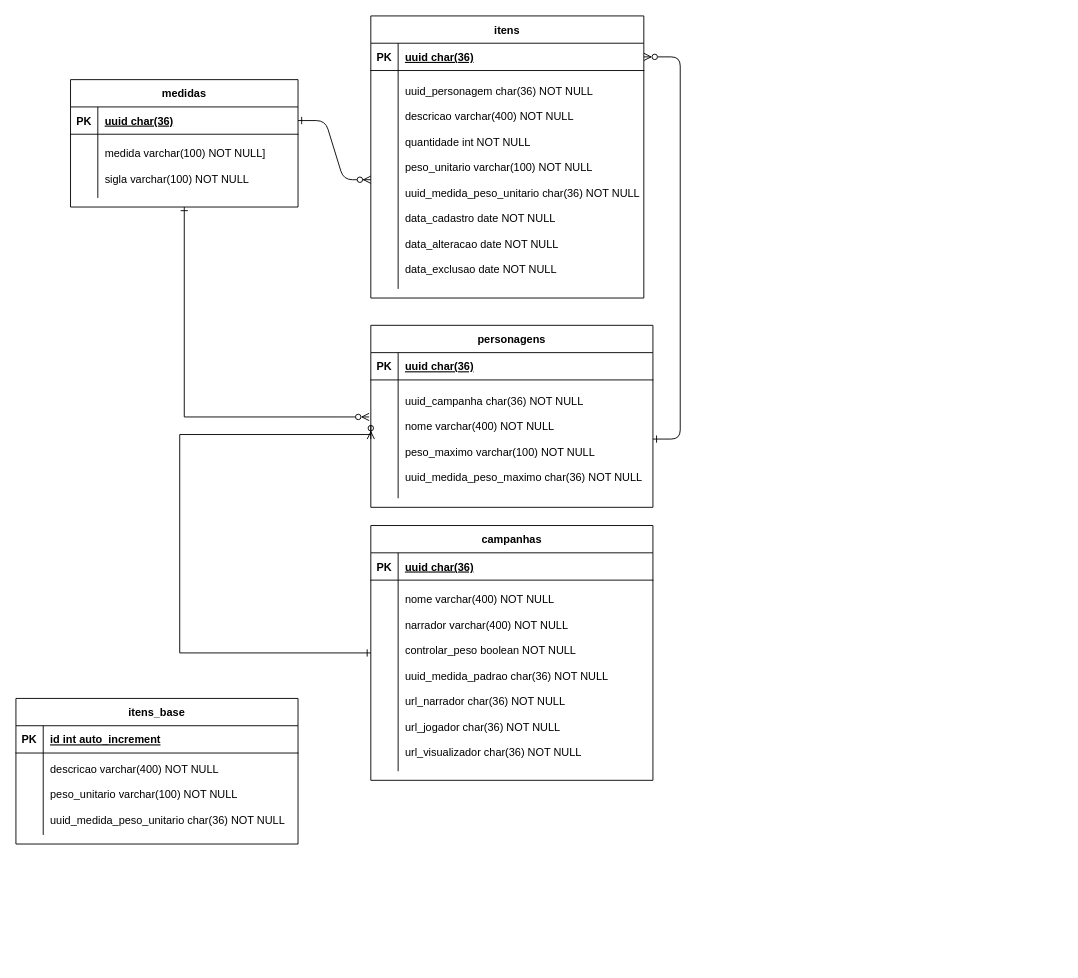
Before: dados/der.drawio in lgapontes/adnd, a draw.io diagram. Source tidied: cells renumbered, new cells numbered last; positions are measured from the earlier drawing's top-left corner, leaving out a move shared by most shapes. Both pictures are drawn from the tidied source at 91%, with x=0, y=0 at pixel (15, 15).
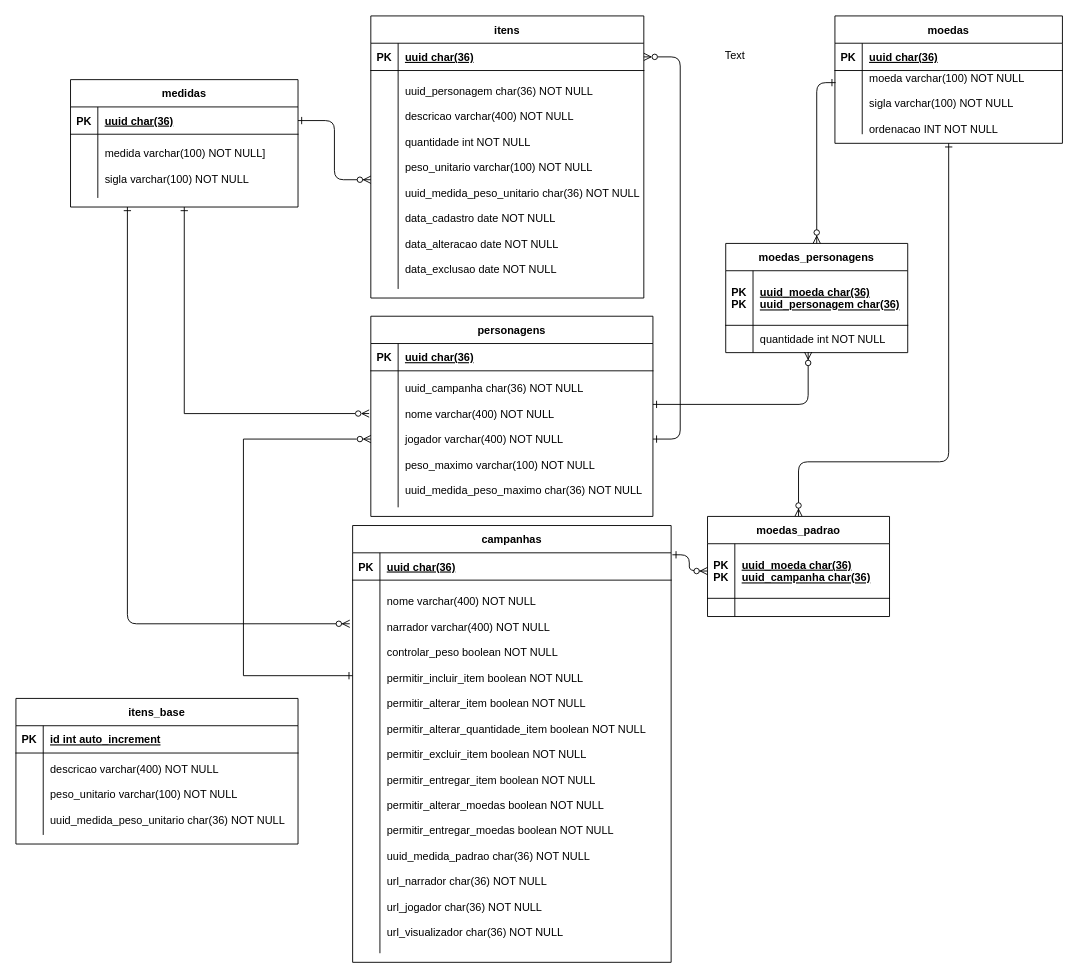
After the change.

Commit message (it also covers changes not shown here):
criando tela campanha

The change refers to these unchanged cells:
```xml
<mxCell id="8" style="shape=partialRectangle;fillColor=none;points=[[0,0.5],[1,0.5]];portConstraint=eastwest;top=0;left=0;right=0;bottom=0;" parent="4" vertex="1">
  <mxGeometry y="60" width="300" height="240" as="geometry" />
</mxCell>
<mxCell id="18" value="medidas" style="shape=table;startSize=30;childLayout=tableLayout;rowLines=0;fontStyle=1;align=center;" parent="1" vertex="1">
  <mxGeometry x="60" y="70" width="250" height="140" as="geometry" />
</mxCell>
<mxCell id="19" style="shape=partialRectangle;fillColor=none;points=[[0,0.5],[1,0.5]];portConstraint=eastwest;top=0;left=0;right=0;bottom=1;" parent="18" vertex="1">
  <mxGeometry y="30" width="250" height="30" as="geometry" />
</mxCell>
```

Change to the diagram source:
```diff
@@
-    <mxCell id="2" style="edgeStyle=entityRelationEdgeStyle;endArrow=ERzeroToMany;startArrow=ERone;endFill=1;startFill=0;" parent="1" edge="1" source="19" target="8">
+    <mxCell id="2" style="edgeStyle=orthogonalEdgeStyle;endArrow=ERzeroToMany;startArrow=ERone;endFill=1;startFill=0;" parent="1" edge="1" source="19" target="8">
       <mxGeometry relative="1" as="geometry" />
     </mxCell>
@@
     <mxCell id="11" value="personagens" style="shape=table;startSize=30;childLayout=tableLayout;rowLines=0;fontStyle=1;align=center;" parent="1" vertex="1">
-      <mxGeometry x="390" y="340" width="310" height="200" as="geometry" />
+      <mxGeometry x="390" y="330" width="310" height="220" as="geometry" />
     </mxCell>
@@
     <mxCell id="15" style="shape=partialRectangle;fillColor=none;points=[[0,0.5],[1,0.5]];portConstraint=eastwest;top=0;left=0;right=0;bottom=0;" parent="11" vertex="1">
-      <mxGeometry y="60" width="310" height="130" as="geometry" />
+      <mxGeometry y="60" width="310" height="150" as="geometry" />
     </mxCell>
     <mxCell id="16" style="shape=partialRectangle;overflow=hidden;fillColor=none;top=0;left=0;bottom=0;right=0;" parent="15" vertex="1">
-      <mxGeometry width="30" height="130" as="geometry" />
+      <mxGeometry width="30" height="150" as="geometry" />
     </mxCell>
-    <mxCell id="17" value="uuid_campanha char(36) NOT NULL&#10;&#10;nome varchar(400) NOT NULL&#10;&#10;peso_maximo varchar(100) NOT NULL&#10;&#10;uuid_medida_peso_maximo char(36) NOT NULL" style="shape=partialRectangle;overflow=hidden;fillColor=none;top=0;left=0;bottom=0;right=0;align=left;spacingLeft=6;" parent="15" vertex="1">
-      <mxGeometry x="30" width="280" height="130" as="geometry" />
+    <mxCell id="17" value="uuid_campanha char(36) NOT NULL&#10;&#10;nome varchar(400) NOT NULL&#10;&#10;jogador varchar(400) NOT NULL&#10;&#10;peso_maximo varchar(100) NOT NULL&#10;&#10;uuid_medida_peso_maximo char(36) NOT NULL" style="shape=partialRectangle;overflow=hidden;fillColor=none;top=0;left=0;bottom=0;right=0;align=left;spacingLeft=6;" parent="15" vertex="1">
+      <mxGeometry x="30" width="280" height="150" as="geometry" />
     </mxCell>
@@
     <mxCell id="26" value="campanhas" style="shape=table;startSize=30;childLayout=tableLayout;rowLines=0;fontStyle=1;align=center;" parent="1" vertex="1">
-      <mxGeometry x="390" y="560" width="310" height="280" as="geometry" />
+      <mxGeometry x="370" y="560" width="350" height="480" as="geometry" />
     </mxCell>
     <mxCell id="27" style="shape=partialRectangle;fillColor=none;top=0;left=0;right=0;bottom=1;" parent="26" vertex="1">
-      <mxGeometry y="30" width="310" height="30" as="geometry" />
+      <mxGeometry y="30" width="350" height="30" as="geometry" />
     </mxCell>
@@
     <mxCell id="29" value="uuid char(36)" style="shape=partialRectangle;overflow=hidden;fillColor=none;top=0;left=0;bottom=0;right=0;align=left;spacingLeft=6;fontStyle=5;" parent="27" vertex="1">
-      <mxGeometry x="30" width="280" height="30" as="geometry" />
+      <mxGeometry x="30" width="320" height="30" as="geometry" />
     </mxCell>
     <mxCell id="30" style="shape=partialRectangle;fillColor=none;points=[[0,0.5],[1,0.5]];portConstraint=eastwest;top=0;left=0;right=0;bottom=0;" parent="26" vertex="1">
-      <mxGeometry y="60" width="310" height="210" as="geometry" />
+      <mxGeometry y="60" width="350" height="410" as="geometry" />
     </mxCell>
     <mxCell id="31" style="shape=partialRectangle;overflow=hidden;fillColor=none;top=0;left=0;bottom=0;right=0;" parent="30" vertex="1">
-      <mxGeometry width="30" height="210" as="geometry" />
+      <mxGeometry width="30" height="410" as="geometry" />
     </mxCell>
-    <mxCell id="32" value="nome varchar(400) NOT NULL&#10;&#10;narrador varchar(400) NOT NULL&#10;&#10;controlar_peso boolean NOT NULL&#10;&#10;uuid_medida_padrao char(36) NOT NULL&#10;&#10;url_narrador char(36) NOT NULL&#10;&#10;url_jogador char(36) NOT NULL&#10;&#10;url_visualizador char(36) NOT NULL" style="shape=partialRectangle;overflow=hidden;fillColor=none;top=0;left=0;bottom=0;right=0;align=left;spacingLeft=6;" parent="30" vertex="1">
-      <mxGeometry x="30" width="280" height="210" as="geometry" />
+    <mxCell id="32" value="nome varchar(400) NOT NULL&#10;&#10;narrador varchar(400) NOT NULL&#10;&#10;controlar_peso boolean NOT NULL&#10;&#10;permitir_incluir_item boolean NOT NULL&#10;&#10;permitir_alterar_item boolean NOT NULL&#10;&#10;permitir_alterar_quantidade_item boolean NOT NULL&#10;&#10;permitir_excluir_item boolean NOT NULL&#10;&#10;permitir_entregar_item boolean NOT NULL&#10;&#10;permitir_alterar_moedas boolean NOT NULL&#10;&#10;permitir_entregar_moedas boolean NOT NULL&#10;&#10;uuid_medida_padrao char(36) NOT NULL&#10;&#10;url_narrador char(36) NOT NULL&#10;&#10;url_jogador char(36) NOT NULL&#10;&#10;url_visualizador char(36) NOT NULL" style="shape=partialRectangle;overflow=hidden;fillColor=none;top=0;left=0;bottom=0;right=0;align=left;spacingLeft=6;" parent="30" vertex="1">
+      <mxGeometry x="30" width="320" height="410" as="geometry" />
     </mxCell>
     <mxCell id="33" style="edgeStyle=orthogonalEdgeStyle;rounded=0;jettySize=auto;html=1;entryX=0;entryY=0.5;entryDx=0;entryDy=0;endArrow=ERzeroToMany;endFill=0;startArrow=ERone;startFill=0;" parent="1" edge="1" source="30" target="15">
       <mxGeometry relative="1" as="geometry">
         <Array as="points">
-          <mxPoint x="180" y="700" />
-          <mxPoint x="180" y="460" />
+          <mxPoint x="250" y="725" />
+          <mxPoint x="250" y="465" />
         </Array>
       </mxGeometry>
     </mxCell>
@@
+    <mxCell id="41" value="moedas" style="shape=table;startSize=30;childLayout=tableLayout;rowLines=0;fontStyle=1;align=center;" parent="1" vertex="1">
+      <mxGeometry x="900" width="250" height="140" as="geometry" />
+    </mxCell>
+    <mxCell id="42" style="shape=partialRectangle;fillColor=none;top=0;left=0;right=0;bottom=1;" parent="41" vertex="1">
+      <mxGeometry y="30" width="250" height="30" as="geometry" />
+    </mxCell>
+    <mxCell id="43" value="PK" style="shape=partialRectangle;overflow=hidden;fillColor=none;top=0;left=0;bottom=0;right=0;fontStyle=1;" parent="42" vertex="1">
+      <mxGeometry width="30" height="30" as="geometry" />
+    </mxCell>
+    <mxCell id="44" value="uuid char(36)" style="shape=partialRectangle;overflow=hidden;fillColor=none;top=0;left=0;bottom=0;right=0;align=left;spacingLeft=6;fontStyle=5;" parent="42" vertex="1">
+      <mxGeometry x="30" width="220" height="30" as="geometry" />
+    </mxCell>
+    <mxCell id="45" style="shape=partialRectangle;fillColor=none;points=[[0,0.5],[1,0.5]];portConstraint=eastwest;top=0;left=0;right=0;bottom=0;" parent="41" vertex="1">
+      <mxGeometry y="60" width="250" height="70" as="geometry" />
+    </mxCell>
+    <mxCell id="46" style="shape=partialRectangle;overflow=hidden;fillColor=none;top=0;left=0;bottom=0;right=0;" parent="45" vertex="1">
+      <mxGeometry width="30" height="70" as="geometry" />
+    </mxCell>
+    <mxCell id="47" value="moeda varchar(100) NOT NULL&#10;&#10;sigla varchar(100) NOT NULL&#10;&#10;ordenacao INT NOT NULL" style="shape=partialRectangle;overflow=hidden;fillColor=none;top=0;left=0;bottom=0;right=0;align=left;spacingLeft=6;" parent="45" vertex="1">
+      <mxGeometry x="30" width="220" height="70" as="geometry" />
+    </mxCell>
+    <mxCell id="48" style="edgeStyle=orthogonalEdgeStyle;endArrow=ERzeroToMany;startArrow=ERone;endFill=1;startFill=0;exitX=0.25;exitY=1;exitDx=0;exitDy=0;entryX=-0.009;entryY=0.117;entryDx=0;entryDy=0;entryPerimeter=0;" parent="1" edge="1" source="18" target="30">
+      <mxGeometry relative="1" as="geometry" />
+    </mxCell>
+    <mxCell id="49" style="edgeStyle=orthogonalEdgeStyle;endArrow=ERzeroToMany;startArrow=ERone;endFill=1;startFill=0;exitX=0.5;exitY=1;exitDx=0;exitDy=0;entryX=0.5;entryY=0;entryDx=0;entryDy=0;" parent="1" edge="1" source="41" target="50">
+      <mxGeometry relative="1" as="geometry">
+        <Array as="points">
+          <mxPoint x="1025" y="490" />
+          <mxPoint x="860" y="490" />
+        </Array>
+      </mxGeometry>
+    </mxCell>
+    <mxCell id="50" value="moedas_padrao" style="shape=table;startSize=30;childLayout=tableLayout;rowLines=0;fontStyle=1;align=center;" parent="1" vertex="1">
+      <mxGeometry x="760" y="550" width="200" height="110" as="geometry" />
+    </mxCell>
+    <mxCell id="51" style="shape=partialRectangle;fillColor=none;points=[[0,0.5],[1,0.5]];portConstraint=eastwest;top=0;left=0;right=0;bottom=1;" parent="50" vertex="1">
+      <mxGeometry y="30" width="200" height="60" as="geometry" />
+    </mxCell>
+    <mxCell id="52" value="PK&#10;PK" style="shape=partialRectangle;overflow=hidden;fillColor=none;top=0;left=0;bottom=0;right=0;fontStyle=1;" parent="51" vertex="1">
+      <mxGeometry width="30" height="60" as="geometry" />
+    </mxCell>
+    <mxCell id="53" value="uuid_moeda char(36)&#10;uuid_campanha char(36)" style="shape=partialRectangle;overflow=hidden;fillColor=none;top=0;left=0;bottom=0;right=0;align=left;spacingLeft=6;fontStyle=5;" parent="51" vertex="1">
+      <mxGeometry x="30" width="170" height="60" as="geometry" />
+    </mxCell>
+    <mxCell id="54" style="shape=partialRectangle;fillColor=none;top=0;left=0;right=0;bottom=0;" parent="50" vertex="1">
+      <mxGeometry y="90" width="200" height="20" as="geometry" />
+    </mxCell>
+    <mxCell id="55" style="shape=partialRectangle;overflow=hidden;fillColor=none;top=0;left=0;bottom=0;right=0;" parent="54" vertex="1">
+      <mxGeometry width="30" height="20" as="geometry" />
+    </mxCell>
+    <mxCell id="56" style="shape=partialRectangle;overflow=hidden;fillColor=none;top=0;left=0;bottom=0;right=0;align=left;spacingLeft=6;" parent="54" vertex="1">
+      <mxGeometry x="30" width="170" height="20" as="geometry" />
+    </mxCell>
+    <mxCell id="57" style="edgeStyle=orthogonalEdgeStyle;endArrow=ERzeroToMany;startArrow=ERone;endFill=1;startFill=0;exitX=1.004;exitY=0.067;exitDx=0;exitDy=0;entryX=0;entryY=0.5;entryDx=0;entryDy=0;exitPerimeter=0;" parent="1" edge="1" source="26" target="51">
+      <mxGeometry relative="1" as="geometry" />
+    </mxCell>
+    <mxCell id="58" value="moedas_personagens" style="shape=table;startSize=30;childLayout=tableLayout;rowLines=0;fontStyle=1;align=center;" parent="1" vertex="1">
+      <mxGeometry x="780" y="250" width="200" height="120" as="geometry" />
+    </mxCell>
+    <mxCell id="59" style="shape=partialRectangle;fillColor=none;top=0;left=0;right=0;bottom=1;" parent="58" vertex="1">
+      <mxGeometry y="30" width="200" height="60" as="geometry" />
+    </mxCell>
+    <mxCell id="60" value="PK&#10;PK" style="shape=partialRectangle;overflow=hidden;fillColor=none;top=0;left=0;bottom=0;right=0;fontStyle=1;" parent="59" vertex="1">
+      <mxGeometry width="30" height="60" as="geometry" />
+    </mxCell>
+    <mxCell id="61" value="uuid_moeda char(36)&#10;uuid_personagem char(36)" style="shape=partialRectangle;overflow=hidden;fillColor=none;top=0;left=0;bottom=0;right=0;align=left;spacingLeft=6;fontStyle=5;" parent="59" vertex="1">
+      <mxGeometry x="30" width="170" height="60" as="geometry" />
+    </mxCell>
+    <mxCell id="62" style="shape=partialRectangle;fillColor=none;points=[[0,0.5],[1,0.5]];portConstraint=eastwest;top=0;left=0;right=0;bottom=0;" parent="58" vertex="1">
+      <mxGeometry y="90" width="200" height="30" as="geometry" />
+    </mxCell>
+    <mxCell id="63" style="shape=partialRectangle;overflow=hidden;fillColor=none;top=0;left=0;bottom=0;right=0;" parent="62" vertex="1">
+      <mxGeometry width="30" height="30" as="geometry" />
+    </mxCell>
+    <mxCell id="64" value="quantidade int NOT NULL" style="shape=partialRectangle;overflow=hidden;fillColor=none;top=0;left=0;bottom=0;right=0;align=left;spacingLeft=6;" parent="62" vertex="1">
+      <mxGeometry x="30" width="170" height="30" as="geometry" />
+    </mxCell>
+    <mxCell id="65" style="edgeStyle=orthogonalEdgeStyle;endArrow=ERzeroToMany;startArrow=ERone;endFill=1;startFill=0;exitX=0.003;exitY=0.19;exitDx=0;exitDy=0;entryX=0.5;entryY=0;entryDx=0;entryDy=0;exitPerimeter=0;" parent="1" edge="1" source="45" target="58">
+      <mxGeometry relative="1" as="geometry" />
+    </mxCell>
+    <mxCell id="66" style="edgeStyle=orthogonalEdgeStyle;endArrow=ERzeroToMany;startArrow=ERone;endFill=1;startFill=0;entryX=0.453;entryY=0.978;entryDx=0;entryDy=0;exitX=1;exitY=0.246;exitDx=0;exitDy=0;exitPerimeter=0;entryPerimeter=0;" parent="1" edge="1" source="15" target="62">
+      <mxGeometry relative="1" as="geometry" />
+    </mxCell>
+    <mxCell id="67" value="Text" style="text;html=1;align=center;verticalAlign=middle;strokeColor=none;fillColor=none;" parent="1" vertex="1">
+      <mxGeometry x="765" y="29" width="50" height="30" as="geometry" />
+    </mxCell>
```
